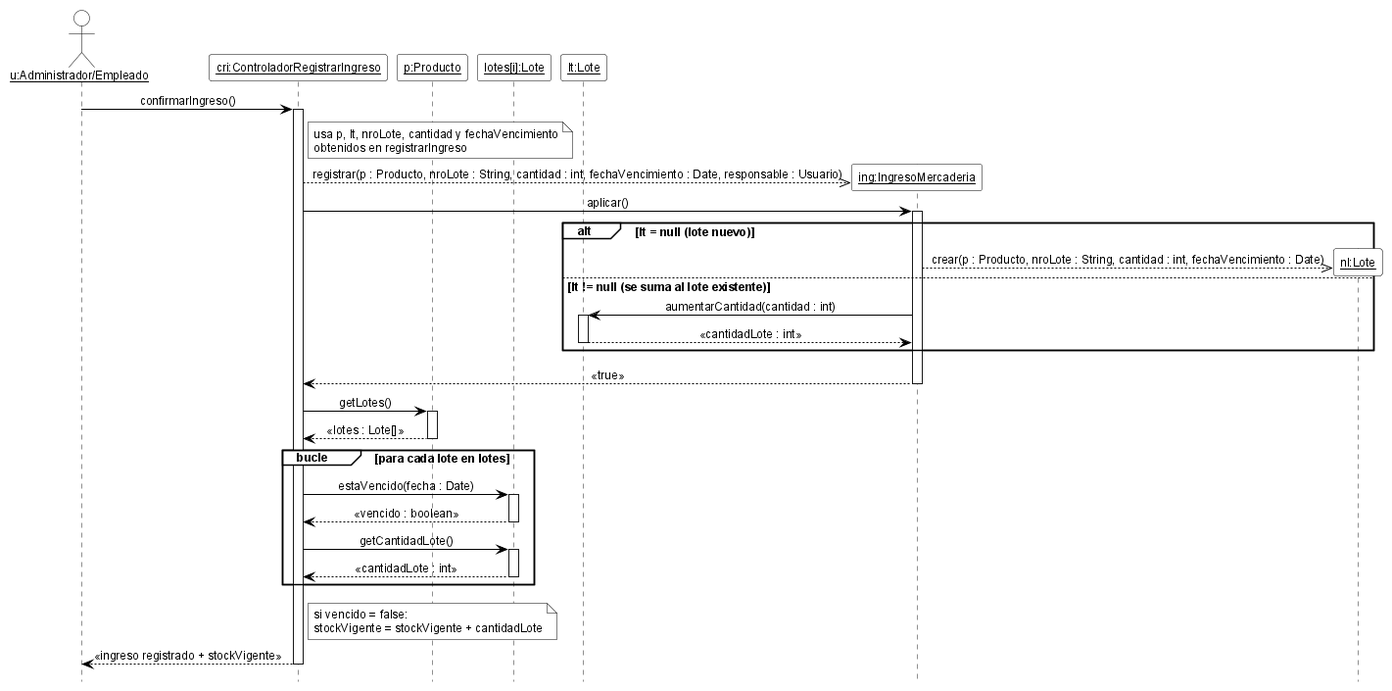
Before: 08-Diagrama De Secuencia/DSD_CU-05_confirmarIngreso.png, a diagram exported from PlantUML (cirotop/Stock-Project).
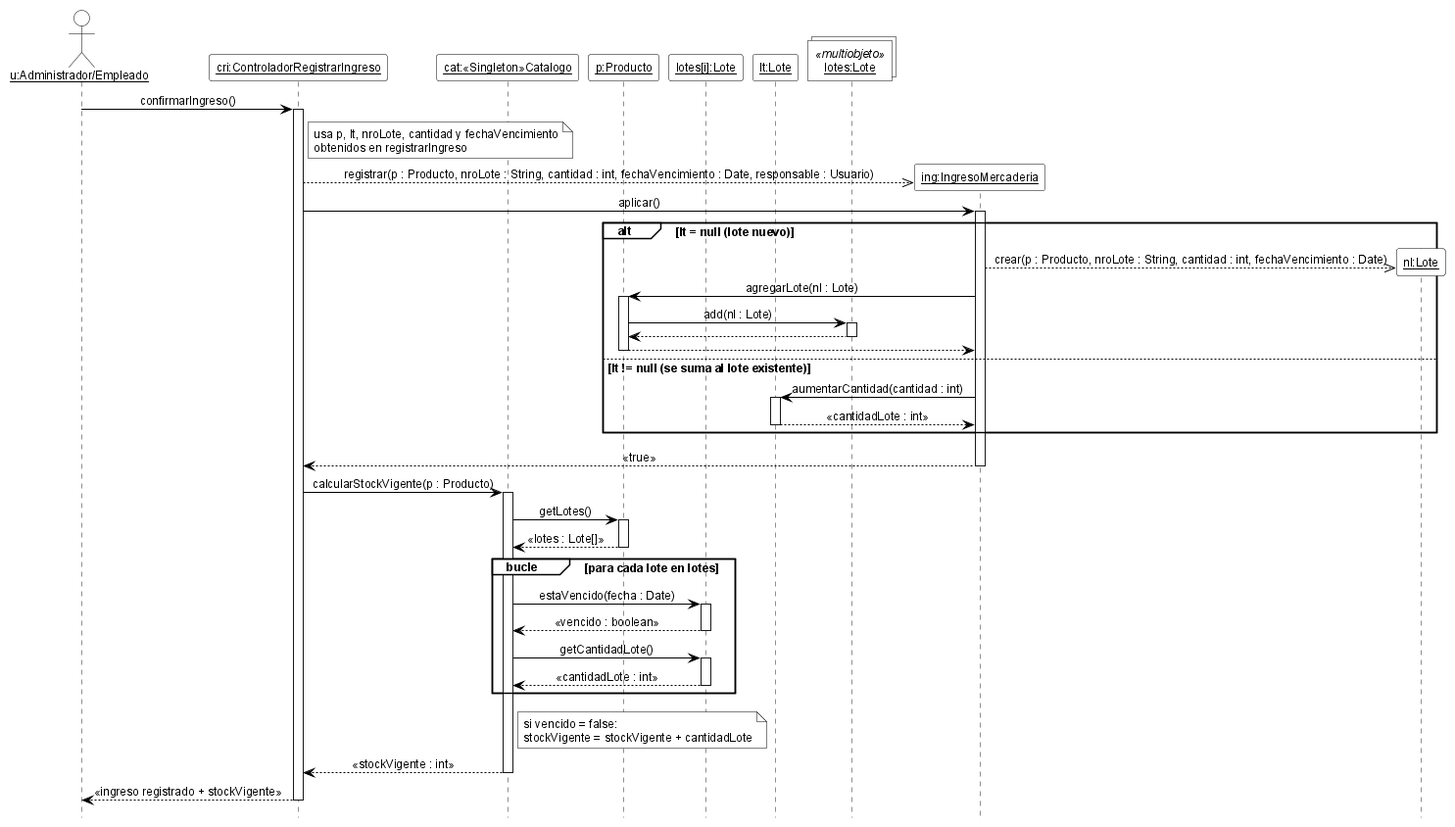
After the commit.

The edit, as a diff of the source:
```diff
@@ -7,6 +7,8 @@
 skinparam ArrowColor black
 skinparam ParticipantBackgroundColor white
 skinparam ParticipantBorderColor black
+skinparam CollectionsBackgroundColor white
+skinparam CollectionsBorderColor black
 skinparam ActorBackgroundColor white
 skinparam ActorBorderColor black
 skinparam LifeLineBorderColor black
@@ -19,9 +21,11 @@
 
 actor "<u>u:Administrador/Empleado</u>" as u
 participant "<u>cri:ControladorRegistrarIngreso</u>" as cri
+participant "<u>cat:«Singleton»Catalogo</u>" as cat
 participant "<u>p:Producto</u>" as p
 participant "<u>lotes[i]:Lote</u>" as li
 participant "<u>lt:Lote</u>" as lt
+collections "<u>lotes:Lote</u>" as ml <<multiobjeto>>
 
 u -> cri ++ : confirmarIngreso()
 note right of cri : usa p, lt, nroLote, cantidad y fechaVencimiento\nobtenidos en registrarIngreso
@@ -31,20 +35,26 @@
 alt lt = null (lote nuevo)
   create participant "<u>nl:Lote</u>" as nl
   ing -->> nl : crear(p : Producto, nroLote : String, cantidad : int, fechaVencimiento : Date)
+  ing -> p ++ : agregarLote(nl : Lote)
+  p -> ml ++ : add(nl : Lote)
+  ml --> p --
+  p --> ing --
 else lt != null (se suma al lote existente)
   ing -> lt ++ : aumentarCantidad(cantidad : int)
   lt --> ing -- : «cantidadLote : int»
 end
 ing --> cri -- : «true»
-cri -> p ++ : getLotes()
-p --> cri -- : «lotes : Lote[]»
+cri -> cat ++ : calcularStockVigente(p : Producto)
+cat -> p ++ : getLotes()
+p --> cat -- : «lotes : Lote[]»
 group bucle [para cada lote en lotes]
-  cri -> li ++ : estaVencido(fecha : Date)
-  li --> cri -- : «vencido : boolean»
-  cri -> li ++ : getCantidadLote()
-  li --> cri -- : «cantidadLote : int»
+  cat -> li ++ : estaVencido(fecha : Date)
+  li --> cat -- : «vencido : boolean»
+  cat -> li ++ : getCantidadLote()
+  li --> cat -- : «cantidadLote : int»
 end
-note right of cri : si vencido = false:\nstockVigente = stockVigente + cantidadLote
+note right of cat : si vencido = false:\nstockVigente = stockVigente + cantidadLote
+cat --> cri -- : «stockVigente : int»
 cri --> u -- : «ingreso registrado + stockVigente»
 
 @enduml
```
